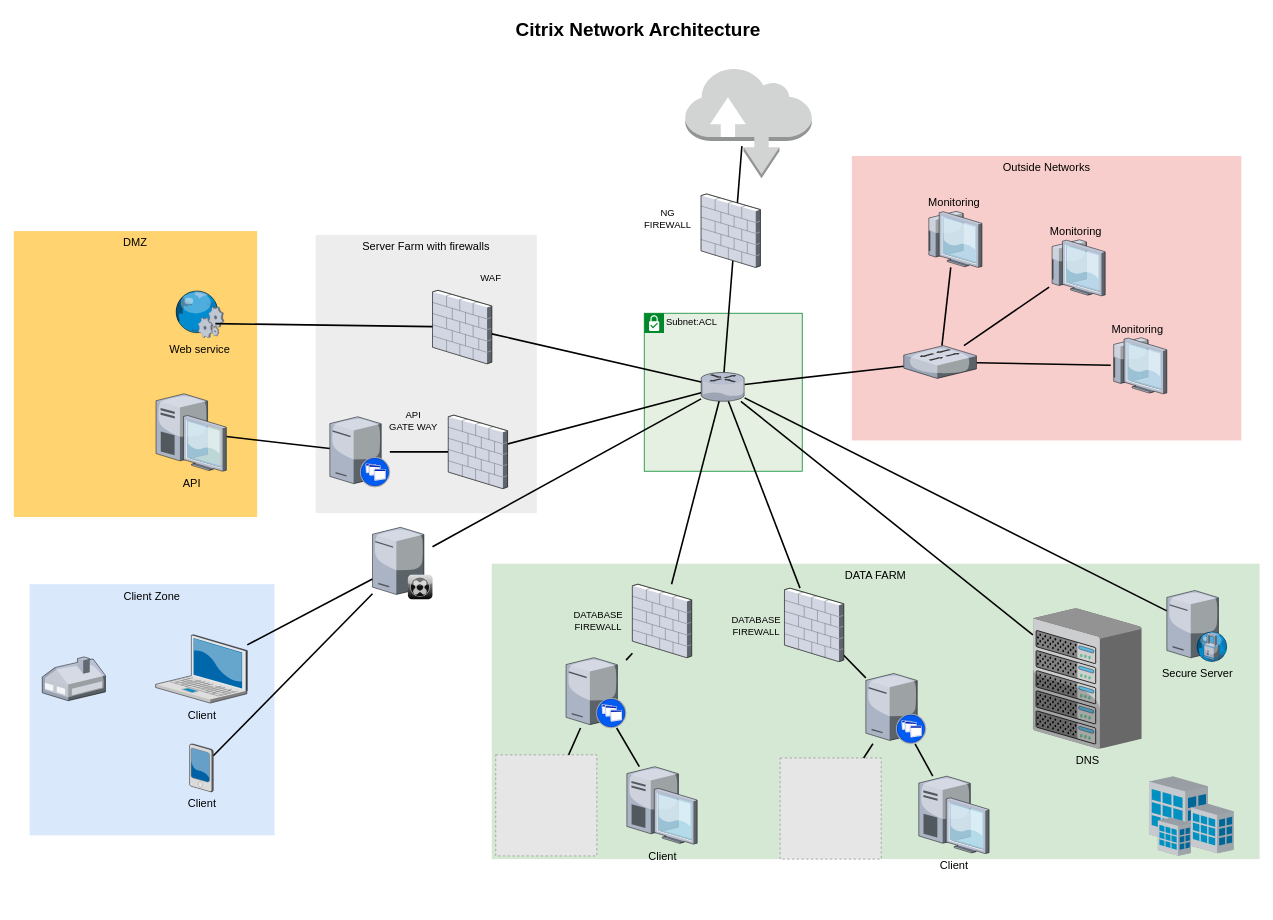
Before: Biểu đồ không có tiêu đề.drawio in Sang-ATTN-UIT/High-Level-Security-Architecture-, a draw.io diagram. Source tidied: cells renumbered, new cells numbered last; positions are measured from the earlier drawing's top-left corner, leaving out a move shared by most shapes. Both pictures are drawn from the tidied source at 79%, with x=0, y=0 at pixel (13, 13). Pictures stored in the file or linked from it are replaced by grey dashed boxes.
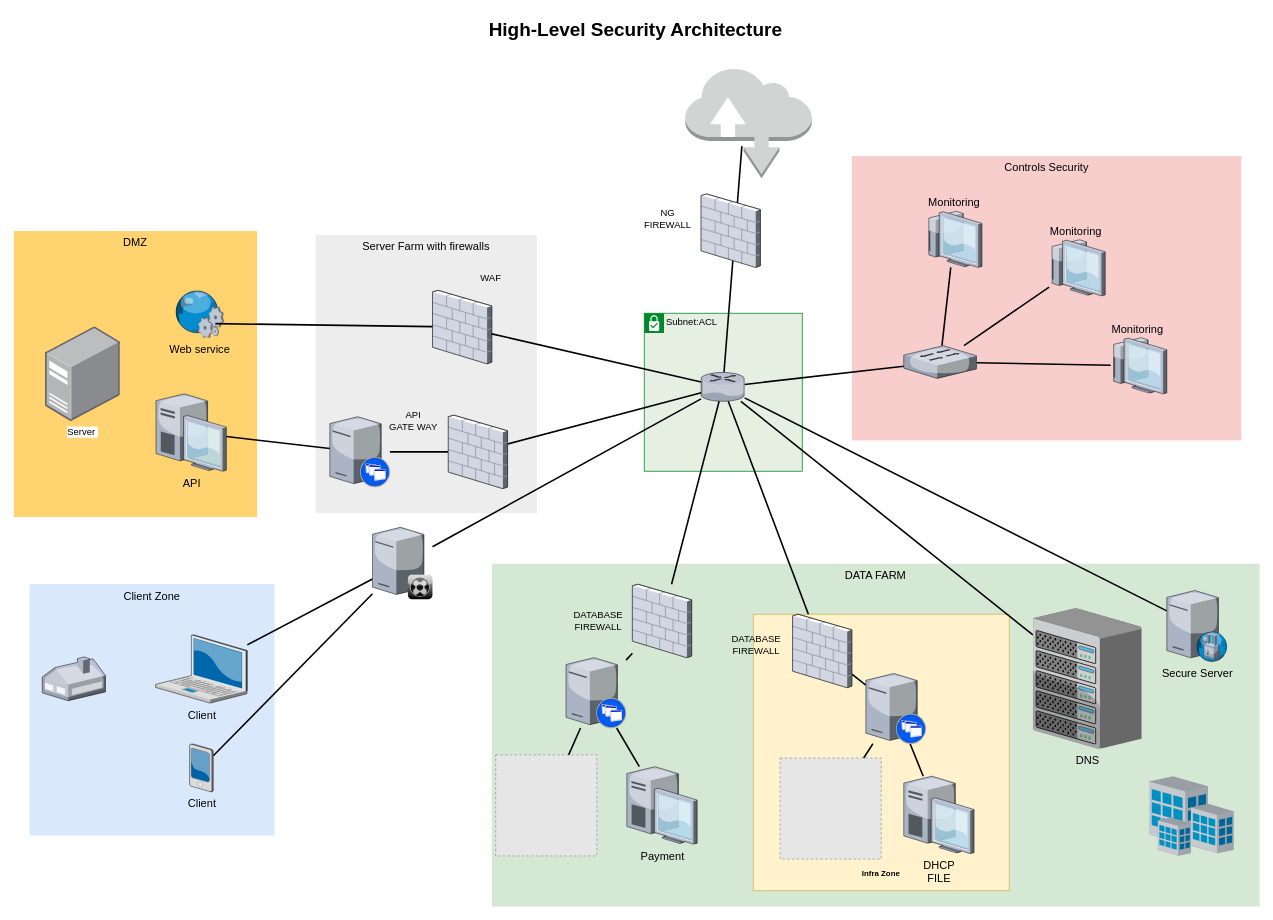
The same page after the edit.

The edit, as a diff of the source:
```diff
@@
+    <mxCell id="4" value="DATA FARM" style="whiteSpace=wrap;html=1;fillColor=#d5e8d4;fontSize=14;strokeColor=none;verticalAlign=top;" parent="1" vertex="1">
+      <mxGeometry x="605" y="696" width="972" height="434" as="geometry" />
+    </mxCell>
+    <mxCell id="64" value="&lt;h5 style=&quot;line-height: 50%;&quot;&gt;Infra Zone&lt;/h5&gt;" style="rounded=0;whiteSpace=wrap;html=1;verticalAlign=bottom;fillColor=#fff2cc;strokeColor=#d6b656;" parent="1" vertex="1">
+      <mxGeometry x="936" y="760" width="324" height="350" as="geometry" />
+    </mxCell>
@@
-    <mxCell id="3" value="Outside Networks" style="whiteSpace=wrap;html=1;fillColor=#f8cecc;fontSize=14;strokeColor=none;verticalAlign=top;" parent="1" vertex="1">
+    <mxCell id="3" value="Controls Security" style="whiteSpace=wrap;html=1;fillColor=#f8cecc;fontSize=14;strokeColor=none;verticalAlign=top;" parent="1" vertex="1">
       <mxGeometry x="1060.8" y="180" width="493" height="360" as="geometry" />
     </mxCell>
-    <mxCell id="4" value="DATA FARM" style="whiteSpace=wrap;html=1;fillColor=#d5e8d4;fontSize=14;strokeColor=none;verticalAlign=top;" parent="1" vertex="1">
-      <mxGeometry x="605" y="696" width="972" height="374" as="geometry" />
-    </mxCell>
@@
-    <mxCell id="13" value="Client" style="verticalLabelPosition=bottom;html=1;verticalAlign=top;strokeColor=none;shape=mxgraph.citrix.desktop;fillColor=#66B2FF;gradientColor=#0066CC;fontSize=14;" parent="1" vertex="1">
-      <mxGeometry x="1145.5" y="965" width="89" height="98" as="geometry" />
+    <mxCell id="13" value="DHCP&lt;br&gt;FILE" style="verticalLabelPosition=bottom;html=1;verticalAlign=top;strokeColor=none;shape=mxgraph.citrix.desktop;fillColor=#66B2FF;gradientColor=#0066CC;fontSize=14;" parent="1" vertex="1">
+      <mxGeometry x="1126.5" y="965" width="89" height="98" as="geometry" />
     </mxCell>
@@
     <mxCell id="29" style="verticalLabelPosition=bottom;html=1;verticalAlign=top;strokeColor=none;shape=mxgraph.citrix.firewall;fillColor=#66B2FF;gradientColor=#0066CC;fontSize=14;" parent="1" vertex="1">
-      <mxGeometry x="975.5" y="727" width="75" height="93" as="geometry" />
+      <mxGeometry x="985.8" y="760" width="75" height="93" as="geometry" />
     </mxCell>
@@
-    <mxCell id="43" value="Citrix Network Architecture" style="text;strokeColor=none;fillColor=none;html=1;fontSize=24;fontStyle=1;verticalAlign=middle;align=center;" parent="1" vertex="1">
+    <mxCell id="43" value="High-Level Security Architecture&amp;nbsp;" style="text;strokeColor=none;fillColor=none;html=1;fontSize=24;fontStyle=1;verticalAlign=middle;align=center;" parent="1" vertex="1">
       <mxGeometry x="359" width="861" height="40" as="geometry" />
     </mxCell>
@@
-    <mxCell id="52" value="Client" style="verticalLabelPosition=bottom;html=1;verticalAlign=top;strokeColor=none;shape=mxgraph.citrix.desktop;fillColor=#66B2FF;gradientColor=#0066CC;fontSize=14;" parent="1" vertex="1">
+    <mxCell id="52" value="Payment" style="verticalLabelPosition=bottom;html=1;verticalAlign=top;strokeColor=none;shape=mxgraph.citrix.desktop;fillColor=#66B2FF;gradientColor=#0066CC;fontSize=14;" parent="1" vertex="1">
       <mxGeometry x="776" y="953" width="89" height="98" as="geometry" />
     </mxCell>
@@
     <mxCell id="63" value="DATABASE&lt;br&gt;FIREWALL" style="text;html=1;strokeColor=none;fillColor=none;align=center;verticalAlign=middle;whiteSpace=wrap;rounded=0;" parent="1" vertex="1">
-      <mxGeometry x="910" y="760" width="60" height="30" as="geometry" />
+      <mxGeometry x="910" y="784" width="60" height="30" as="geometry" />
     </mxCell>
+    <mxCell id="65" value="Server&amp;nbsp;" style="image;html=1;align=center;shadow=0;dashed=0;image=img/lib/allied_telesis/computer_and_terminals/Server_Desktop.svg;" parent="1" vertex="1">
+      <mxGeometry x="40" y="396" width="94.7" height="120" as="geometry" />
+    </mxCell>
```
